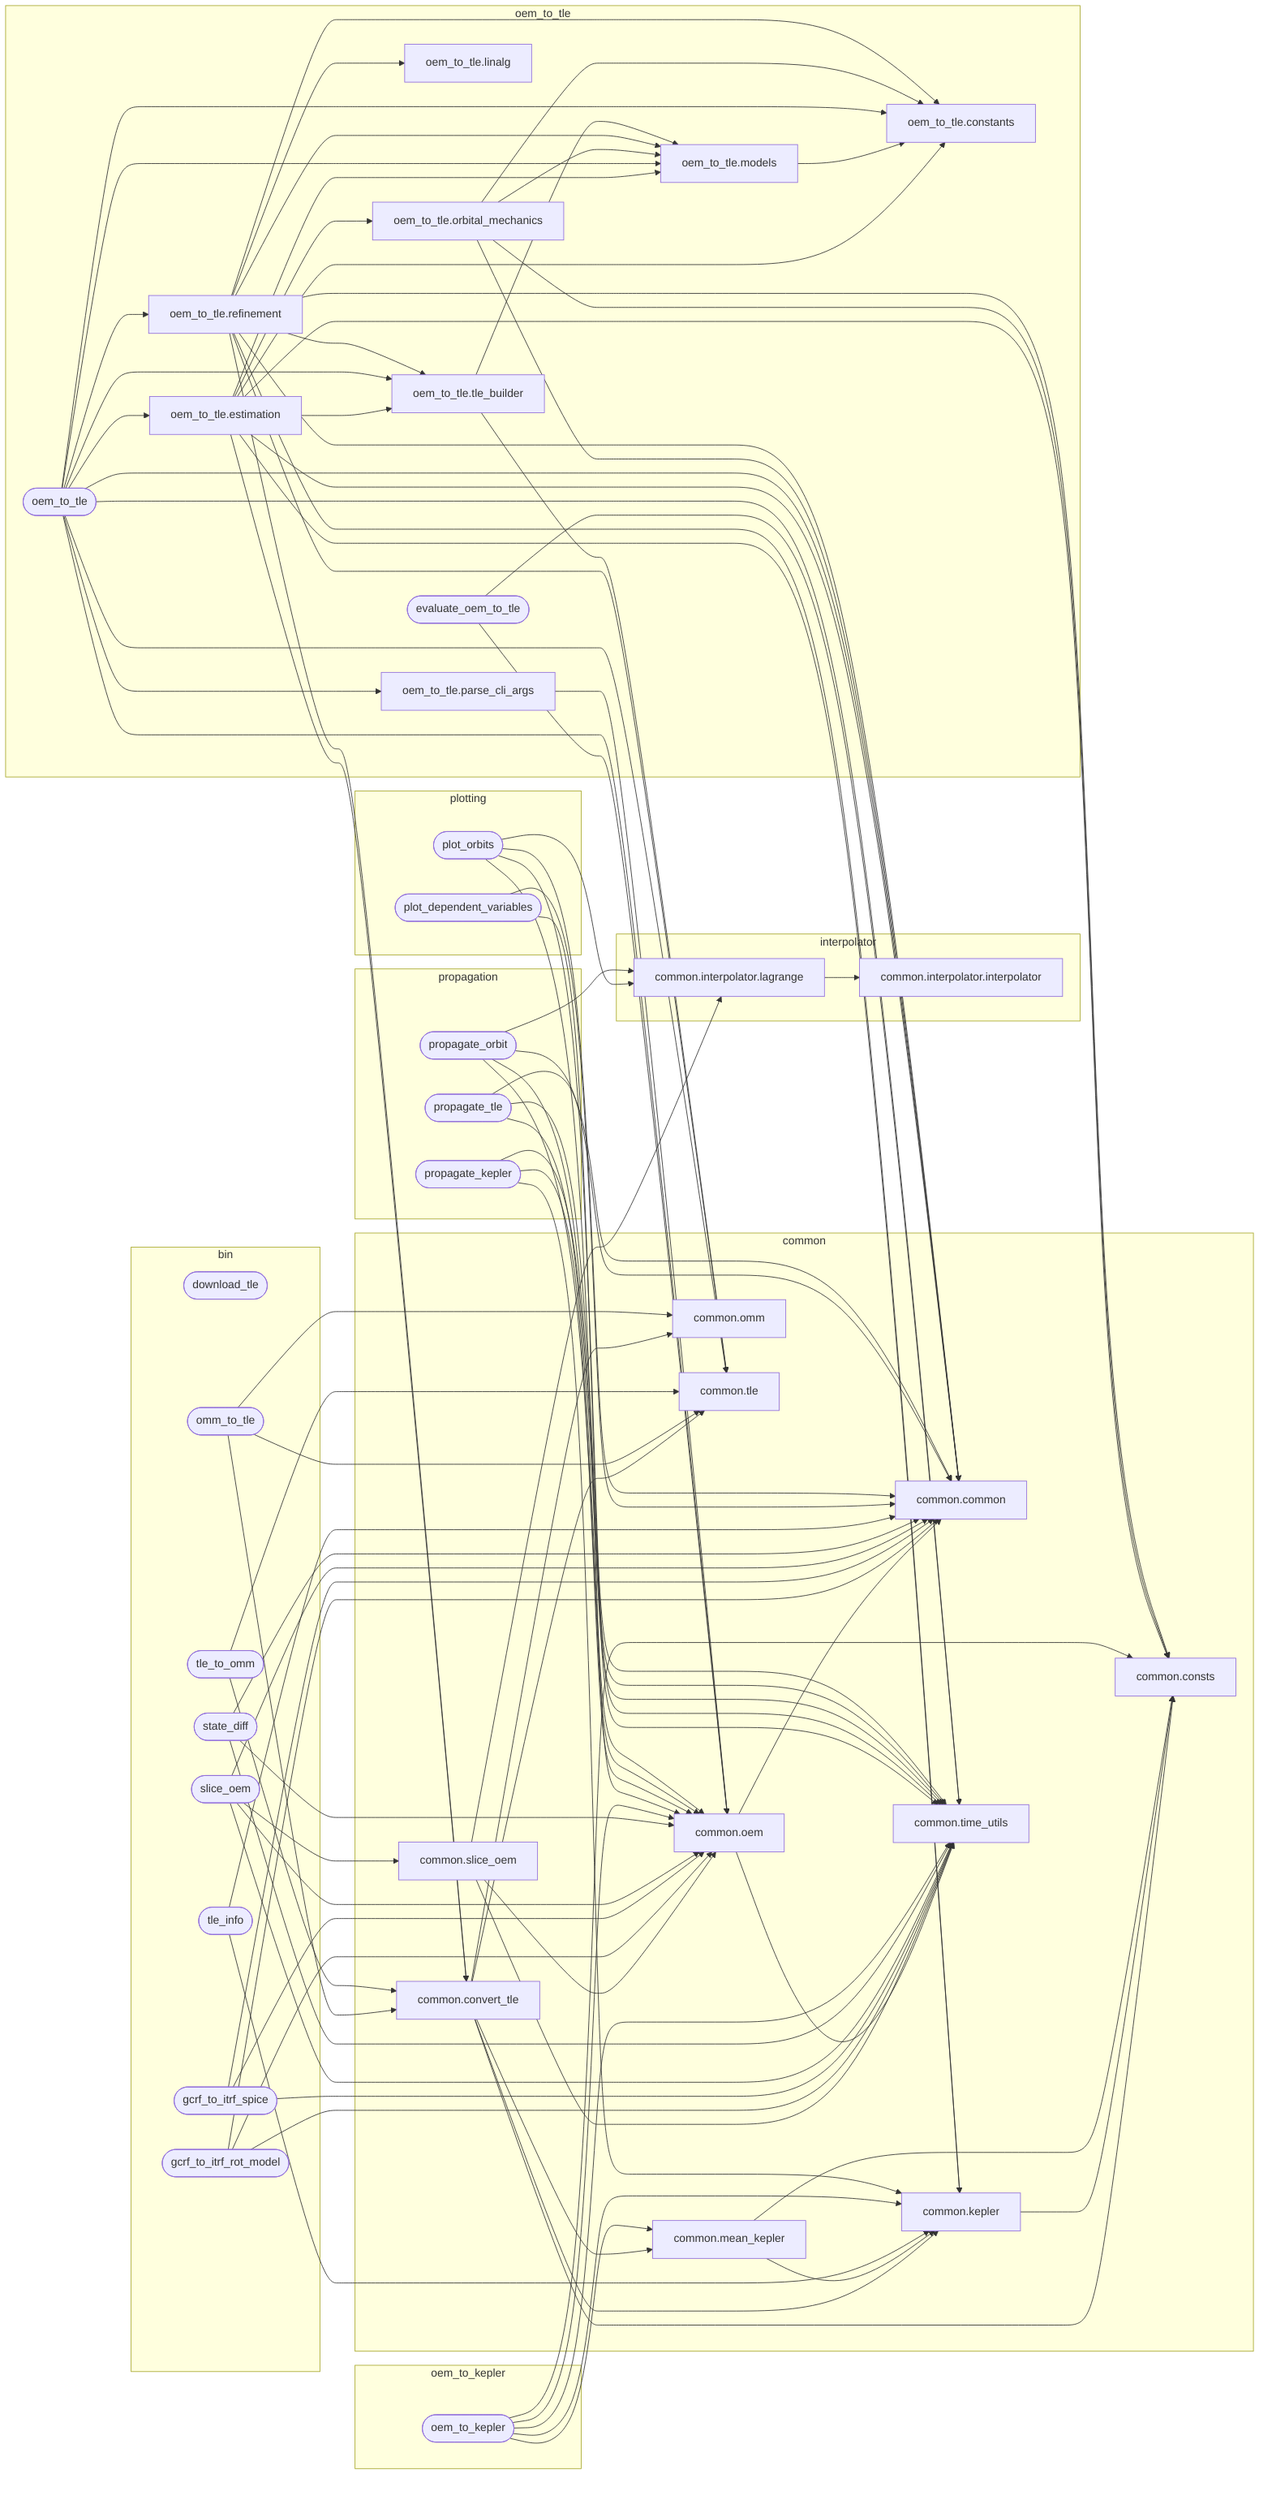
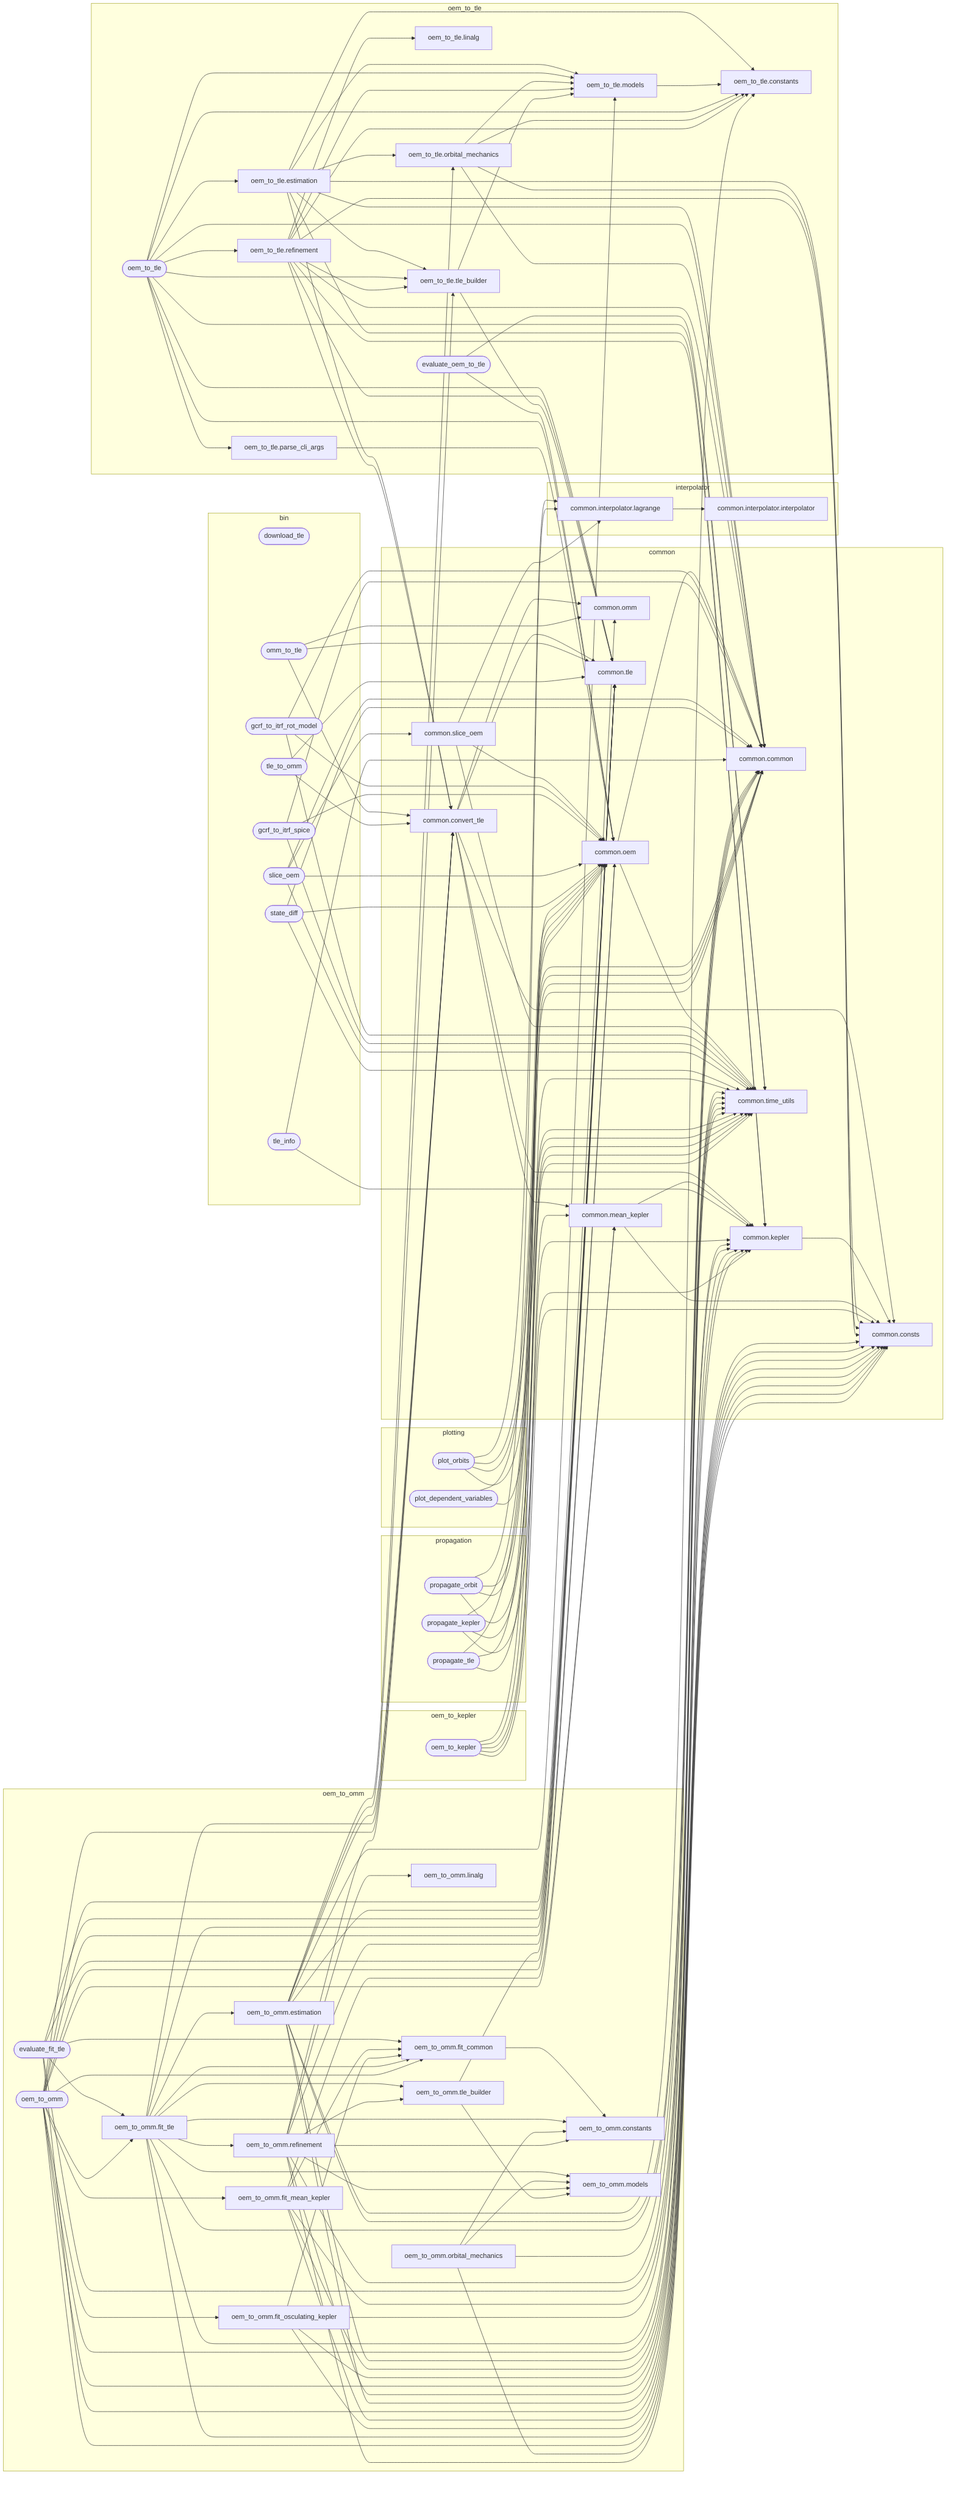
---
config:
  flowchart:
    curve: basis
---
graph LR

%% Internal Python module dependencies
%% Standalone scripts use stadium shape ([...])
%% Library modules use default rectangle shape [...]

    subgraph common
        mod_common_common[common.common]
        mod_common_consts[common.consts]
        mod_common_convert_tle[common.convert_tle]
        mod_common_kepler[common.kepler]
        mod_common_mean_kepler[common.mean_kepler]
        mod_common_oem[common.oem]
        mod_common_omm[common.omm]
        mod_common_slice_oem[common.slice_oem]
        mod_common_time_utils[common.time_utils]
        mod_common_tle[common.tle]
    end

    subgraph interpolator
        mod_interpolator_interpolator[common.interpolator.interpolator]
        mod_interpolator_lagrange[common.interpolator.lagrange]
    end

    subgraph bin
        mod_bin_download_tle([download_tle])
        mod_bin_gcrf_to_itrf_rot_model([gcrf_to_itrf_rot_model])
        mod_bin_gcrf_to_itrf_spice([gcrf_to_itrf_spice])
        mod_bin_omm_to_tle([omm_to_tle])
        mod_bin_slice_oem([slice_oem])
        mod_bin_state_diff([state_diff])
        mod_bin_tle_info([tle_info])
        mod_bin_tle_to_omm([tle_to_omm])
    end

    subgraph oem_to_kepler
        mod_oem_to_kepler([oem_to_kepler])
    end

    subgraph oem_to_tle
        mod_oem_to_tle_constants[oem_to_tle.constants]
        mod_oem_to_tle_estimation[oem_to_tle.estimation]
        mod_oem_to_tle_evaluate_oem_to_tle([evaluate_oem_to_tle])
        mod_oem_to_tle_linalg[oem_to_tle.linalg]
        mod_oem_to_tle_models[oem_to_tle.models]
        mod_oem_to_tle_oem_to_tle([oem_to_tle])
        mod_oem_to_tle_orbital_mechanics[oem_to_tle.orbital_mechanics]
        mod_oem_to_tle_parse_cli_args[oem_to_tle.parse_cli_args]
        mod_oem_to_tle_refinement[oem_to_tle.refinement]
        mod_oem_to_tle_tle_builder[oem_to_tle.tle_builder]
+     end
+ 
+     subgraph oem_to_omm
+         mod_oem_to_omm_constants[oem_to_omm.constants]
+         mod_oem_to_omm_estimation[oem_to_omm.estimation]
+         mod_oem_to_omm_evaluate_fit_tle([evaluate_fit_tle])
+         mod_oem_to_omm_fit_common[oem_to_omm.fit_common]
+         mod_oem_to_omm_fit_mean_kepler[oem_to_omm.fit_mean_kepler]
+         mod_oem_to_omm_fit_osculating_kepler[oem_to_omm.fit_osculating_kepler]
+         mod_oem_to_omm_fit_tle[oem_to_omm.fit_tle]
+         mod_oem_to_omm_linalg[oem_to_omm.linalg]
+         mod_oem_to_omm_models[oem_to_omm.models]
+         mod_oem_to_omm_oem_to_omm([oem_to_omm])
+         mod_oem_to_omm_orbital_mechanics[oem_to_omm.orbital_mechanics]
+         mod_oem_to_omm_refinement[oem_to_omm.refinement]
+         mod_oem_to_omm_tle_builder[oem_to_omm.tle_builder]
    end

    subgraph plotting
        mod_plotting_plot_dependent_variables([plot_dependent_variables])
        mod_plotting_plot_orbits([plot_orbits])
    end

    subgraph propagation
        mod_propagation_propagate_kepler([propagate_kepler])
        mod_propagation_propagate_orbit([propagate_orbit])
        mod_propagation_propagate_tle([propagate_tle])
    end

    %% ===== Common library internal edges =====
    mod_common_convert_tle --> mod_common_kepler
    mod_common_convert_tle --> mod_common_mean_kepler
    mod_common_convert_tle --> mod_common_omm
    mod_common_convert_tle --> mod_common_tle
    mod_common_convert_tle --> mod_common_consts
    mod_common_kepler --> mod_common_consts
    mod_common_mean_kepler --> mod_common_kepler
    mod_common_mean_kepler --> mod_common_consts
    mod_common_oem --> mod_common_common
    mod_common_oem --> mod_common_time_utils
    mod_common_slice_oem --> mod_common_oem
    mod_common_slice_oem --> mod_common_time_utils
    mod_common_slice_oem --> mod_interpolator_lagrange
    mod_interpolator_lagrange --> mod_interpolator_interpolator

    %% ===== bin/ script edges =====
    mod_bin_gcrf_to_itrf_rot_model --> mod_common_common
    mod_bin_gcrf_to_itrf_rot_model --> mod_common_oem
    mod_bin_gcrf_to_itrf_rot_model --> mod_common_time_utils
    mod_bin_gcrf_to_itrf_spice --> mod_common_common
    mod_bin_gcrf_to_itrf_spice --> mod_common_oem
    mod_bin_gcrf_to_itrf_spice --> mod_common_time_utils
    mod_bin_omm_to_tle --> mod_common_convert_tle
    mod_bin_omm_to_tle --> mod_common_omm
    mod_bin_omm_to_tle --> mod_common_tle
    mod_bin_slice_oem --> mod_common_common
    mod_bin_slice_oem --> mod_common_oem
    mod_bin_slice_oem --> mod_common_slice_oem
    mod_bin_slice_oem --> mod_common_time_utils
    mod_bin_state_diff --> mod_common_common
    mod_bin_state_diff --> mod_common_oem
    mod_bin_state_diff --> mod_common_time_utils
    mod_bin_tle_info --> mod_common_common
    mod_bin_tle_info --> mod_common_kepler
    mod_bin_tle_to_omm --> mod_common_convert_tle
    mod_bin_tle_to_omm --> mod_common_tle

    %% ===== oem_to_kepler edges =====
    mod_oem_to_kepler --> mod_common_consts
    mod_oem_to_kepler --> mod_common_kepler
    mod_oem_to_kepler --> mod_common_mean_kepler
    mod_oem_to_kepler --> mod_common_oem
    mod_oem_to_kepler --> mod_common_time_utils

    %% ===== oem_to_tle edges =====
    mod_oem_to_tle_estimation --> mod_common_common
    mod_oem_to_tle_estimation --> mod_common_consts
    mod_oem_to_tle_estimation --> mod_common_convert_tle
    mod_oem_to_tle_estimation --> mod_common_kepler
    mod_oem_to_tle_estimation --> mod_oem_to_tle_constants
    mod_oem_to_tle_estimation --> mod_oem_to_tle_models
    mod_oem_to_tle_estimation --> mod_oem_to_tle_orbital_mechanics
    mod_oem_to_tle_estimation --> mod_oem_to_tle_tle_builder
    mod_oem_to_tle_evaluate_oem_to_tle --> mod_common_oem
    mod_oem_to_tle_evaluate_oem_to_tle --> mod_common_time_utils
    mod_oem_to_tle_models --> mod_oem_to_tle_constants
    mod_oem_to_tle_oem_to_tle --> mod_common_common
    mod_oem_to_tle_oem_to_tle --> mod_common_oem
    mod_oem_to_tle_oem_to_tle --> mod_common_time_utils
    mod_oem_to_tle_oem_to_tle --> mod_common_tle
    mod_oem_to_tle_oem_to_tle --> mod_oem_to_tle_constants
    mod_oem_to_tle_oem_to_tle --> mod_oem_to_tle_estimation
    mod_oem_to_tle_oem_to_tle --> mod_oem_to_tle_models
    mod_oem_to_tle_oem_to_tle --> mod_oem_to_tle_parse_cli_args
    mod_oem_to_tle_oem_to_tle --> mod_oem_to_tle_refinement
    mod_oem_to_tle_oem_to_tle --> mod_oem_to_tle_tle_builder
    mod_oem_to_tle_orbital_mechanics --> mod_common_common
    mod_oem_to_tle_orbital_mechanics --> mod_common_consts
    mod_oem_to_tle_orbital_mechanics --> mod_oem_to_tle_constants
    mod_oem_to_tle_orbital_mechanics --> mod_oem_to_tle_models
    mod_oem_to_tle_parse_cli_args --> mod_common_oem
    mod_oem_to_tle_refinement --> mod_common_common
    mod_oem_to_tle_refinement --> mod_common_consts
    mod_oem_to_tle_refinement --> mod_common_convert_tle
    mod_oem_to_tle_refinement --> mod_common_kepler
    mod_oem_to_tle_refinement --> mod_common_tle
    mod_oem_to_tle_refinement --> mod_oem_to_tle_constants
    mod_oem_to_tle_refinement --> mod_oem_to_tle_linalg
    mod_oem_to_tle_refinement --> mod_oem_to_tle_models
    mod_oem_to_tle_refinement --> mod_oem_to_tle_tle_builder
    mod_oem_to_tle_tle_builder --> mod_common_tle
    mod_oem_to_tle_tle_builder --> mod_oem_to_tle_models

+     %% ===== oem_to_omm edges =====
+     mod_oem_to_omm_estimation --> mod_common_common
+     mod_oem_to_omm_estimation --> mod_common_consts
+     mod_oem_to_omm_estimation --> mod_common_convert_tle
+     mod_oem_to_omm_estimation --> mod_common_kepler
+     mod_oem_to_omm_estimation --> mod_common_tle
+     mod_oem_to_omm_estimation --> mod_oem_to_tle_constants
+     mod_oem_to_omm_estimation --> mod_oem_to_tle_models
+     mod_oem_to_omm_estimation --> mod_oem_to_tle_orbital_mechanics
+     mod_oem_to_omm_estimation --> mod_oem_to_tle_tle_builder
+     mod_oem_to_omm_evaluate_fit_tle --> mod_common_consts
+     mod_oem_to_omm_evaluate_fit_tle --> mod_common_oem
+     mod_oem_to_omm_evaluate_fit_tle --> mod_common_time_utils
+     mod_oem_to_omm_evaluate_fit_tle --> mod_common_tle
+     mod_oem_to_omm_evaluate_fit_tle --> mod_oem_to_omm_fit_common
+     mod_oem_to_omm_evaluate_fit_tle --> mod_oem_to_omm_fit_tle
+     mod_oem_to_omm_fit_mean_kepler --> mod_common_consts
+     mod_oem_to_omm_fit_mean_kepler --> mod_common_kepler
+     mod_oem_to_omm_fit_mean_kepler --> mod_common_mean_kepler
+     mod_oem_to_omm_fit_mean_kepler --> mod_common_time_utils
+     mod_oem_to_omm_fit_mean_kepler --> mod_oem_to_omm_fit_common
+     mod_oem_to_omm_fit_common --> mod_oem_to_omm_constants
+     mod_oem_to_omm_fit_osculating_kepler --> mod_common_consts
+     mod_oem_to_omm_fit_osculating_kepler --> mod_common_kepler
+     mod_oem_to_omm_fit_osculating_kepler --> mod_common_time_utils
+     mod_oem_to_omm_fit_osculating_kepler --> mod_oem_to_omm_fit_common
+     mod_oem_to_omm_fit_tle --> mod_common_common
+     mod_oem_to_omm_fit_tle --> mod_common_consts
+     mod_oem_to_omm_fit_tle --> mod_common_time_utils
+     mod_oem_to_omm_fit_tle --> mod_common_tle
+     mod_oem_to_omm_fit_tle --> mod_common_convert_tle
+     mod_oem_to_omm_fit_tle --> mod_oem_to_omm_fit_common
+     mod_oem_to_omm_fit_tle --> mod_oem_to_omm_constants
+     mod_oem_to_omm_fit_tle --> mod_oem_to_omm_estimation
+     mod_oem_to_omm_fit_tle --> mod_oem_to_omm_models
+     mod_oem_to_omm_fit_tle --> mod_oem_to_omm_refinement
+     mod_oem_to_omm_fit_tle --> mod_oem_to_omm_tle_builder
+     mod_oem_to_omm_oem_to_omm --> mod_common_consts
+     mod_oem_to_omm_oem_to_omm --> mod_common_convert_tle
+     mod_oem_to_omm_oem_to_omm --> mod_common_kepler
+     mod_oem_to_omm_oem_to_omm --> mod_common_mean_kepler
+     mod_oem_to_omm_oem_to_omm --> mod_common_oem
+     mod_oem_to_omm_oem_to_omm --> mod_common_omm
+     mod_oem_to_omm_oem_to_omm --> mod_common_time_utils
+     mod_oem_to_omm_oem_to_omm --> mod_common_tle
+     mod_oem_to_omm_oem_to_omm --> mod_oem_to_omm_fit_common
+     mod_oem_to_omm_oem_to_omm --> mod_oem_to_omm_fit_mean_kepler
+     mod_oem_to_omm_oem_to_omm --> mod_oem_to_omm_fit_osculating_kepler
+     mod_oem_to_omm_oem_to_omm --> mod_oem_to_omm_fit_tle
+     mod_oem_to_omm_orbital_mechanics --> mod_common_common
+     mod_oem_to_omm_orbital_mechanics --> mod_common_consts
+     mod_oem_to_omm_orbital_mechanics --> mod_oem_to_omm_constants
+     mod_oem_to_omm_orbital_mechanics --> mod_oem_to_omm_models
+     mod_oem_to_omm_refinement --> mod_common_common
+     mod_oem_to_omm_refinement --> mod_common_convert_tle
+     mod_oem_to_omm_refinement --> mod_common_kepler
+     mod_oem_to_omm_refinement --> mod_common_tle
+     mod_oem_to_omm_refinement --> mod_common_consts
+     mod_oem_to_omm_refinement --> mod_oem_to_omm_constants
+     mod_oem_to_omm_refinement --> mod_oem_to_omm_linalg
+     mod_oem_to_omm_refinement --> mod_oem_to_omm_models
+     mod_oem_to_omm_refinement --> mod_oem_to_omm_tle_builder
+     mod_oem_to_omm_tle_builder --> mod_common_tle
+     mod_oem_to_omm_tle_builder --> mod_oem_to_omm_models
+ 
    %% ===== plotting edges =====
    mod_plotting_plot_dependent_variables --> mod_common_common
    mod_plotting_plot_dependent_variables --> mod_common_time_utils
    mod_plotting_plot_orbits --> mod_common_common
    mod_plotting_plot_orbits --> mod_common_oem
    mod_plotting_plot_orbits --> mod_common_time_utils
    mod_plotting_plot_orbits --> mod_interpolator_lagrange

    %% ===== propagation edges =====
    mod_propagation_propagate_kepler --> mod_common_oem
    mod_propagation_propagate_kepler --> mod_common_kepler
    mod_propagation_propagate_kepler --> mod_common_time_utils
    mod_propagation_propagate_orbit --> mod_common_common
    mod_propagation_propagate_orbit --> mod_common_oem
    mod_propagation_propagate_orbit --> mod_common_time_utils
    mod_propagation_propagate_orbit --> mod_interpolator_lagrange
    mod_propagation_propagate_tle --> mod_common_common
    mod_propagation_propagate_tle --> mod_common_oem
    mod_propagation_propagate_tle --> mod_common_time_utils
